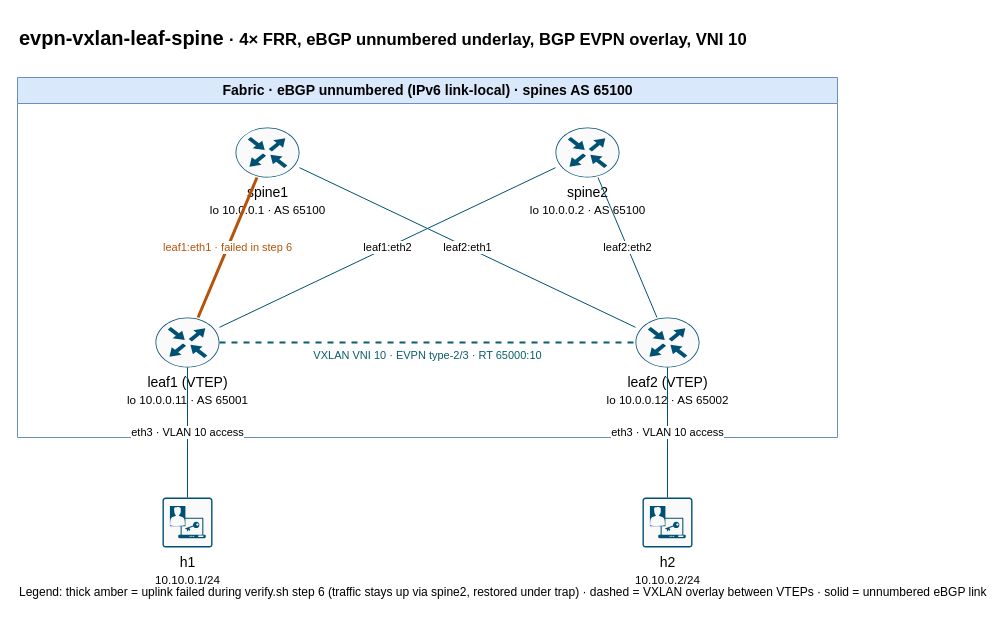
This is docs/diagrams/evpn-vxlan-leaf-spine.drawio from n30gn0sis/network-labs, a draw.io file, before an edit. Source tidied: cells renumbered, new cells numbered last; positions are measured from the earlier drawing's top-left corner, leaving out a move shared by most shapes. Both pictures are drawn from the tidied source at 100%, with x=0, y=0 at pixel (17, 17).
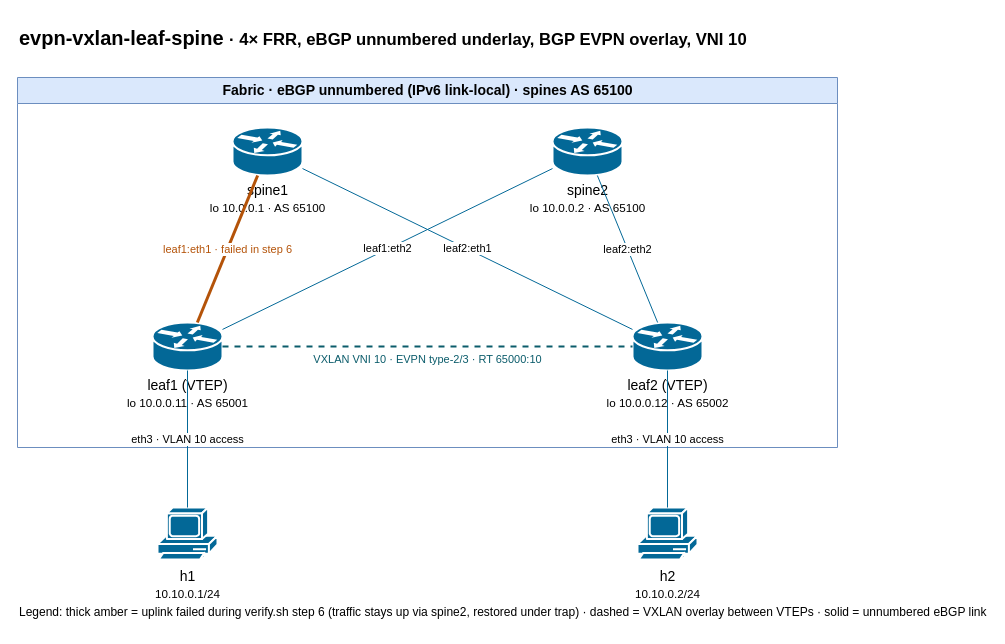
Above is the later version.

Change to the diagram source:
```diff
@@
 <mxGraphModel>
   <root>
     <mxCell id="0" />
     <mxCell id="1" parent="0" />
     <mxCell id="2" value="evpn-vxlan-leaf-spine &lt;small&gt;· 4× FRR, eBGP unnumbered underlay, BGP EVPN overlay, VNI 10&lt;/small&gt;" style="text;html=1;fontSize=20;fontStyle=1;align=left;verticalAlign=middle;" parent="1" vertex="1">
       <mxGeometry width="820" height="40" as="geometry" />
     </mxCell>
     <mxCell id="3" value="Fabric · eBGP unnumbered (IPv6 link-local) · spines AS 65100" style="swimlane;startSize=26;fillColor=#dae8fc;strokeColor=#6c8ebf;html=1;fontSize=14;" parent="1" vertex="1">
-      <mxGeometry y="60" width="820" height="360" as="geometry" />
+      <mxGeometry y="60" width="820" height="370" as="geometry" />
     </mxCell>
-    <mxCell id="4" value="spine1&lt;br&gt;&lt;small&gt;lo 10.0.0.1 · AS 65100&lt;/small&gt;" style="sketch=0;verticalLabelPosition=bottom;html=1;verticalAlign=top;align=center;shape=mxgraph.cisco19.rect;prIcon=router;fillColor=#FAFAFA;strokeColor=#005073;fontSize=14;labelPerimeter=1;" parent="3" vertex="1">
-      <mxGeometry x="218" y="50" width="64" height="50" as="geometry" />
+    <mxCell id="4" value="spine1&lt;br&gt;&lt;small&gt;lo 10.0.0.1 · AS 65100&lt;/small&gt;" style="strokeColor=#ffffff;sketch=0;html=1;dashed=0;fillColor=#036897;strokeWidth=2;verticalLabelPosition=bottom;verticalAlign=top;align=center;outlineConnect=0;shape=mxgraph.cisco.routers.router;fontSize=14;" parent="3" vertex="1">
+      <mxGeometry x="215" y="50" width="70" height="48" as="geometry" />
     </mxCell>
-    <mxCell id="5" value="spine2&lt;br&gt;&lt;small&gt;lo 10.0.0.2 · AS 65100&lt;/small&gt;" style="sketch=0;verticalLabelPosition=bottom;html=1;verticalAlign=top;align=center;shape=mxgraph.cisco19.rect;prIcon=router;fillColor=#FAFAFA;strokeColor=#005073;fontSize=14;labelPerimeter=1;" parent="3" vertex="1">
-      <mxGeometry x="538" y="50" width="64" height="50" as="geometry" />
+    <mxCell id="5" value="spine2&lt;br&gt;&lt;small&gt;lo 10.0.0.2 · AS 65100&lt;/small&gt;" style="strokeColor=#ffffff;sketch=0;html=1;dashed=0;fillColor=#036897;strokeWidth=2;verticalLabelPosition=bottom;verticalAlign=top;align=center;outlineConnect=0;shape=mxgraph.cisco.routers.router;fontSize=14;" parent="3" vertex="1">
+      <mxGeometry x="535" y="50" width="70" height="48" as="geometry" />
     </mxCell>
-    <mxCell id="6" value="leaf1 (VTEP)&lt;br&gt;&lt;small&gt;lo 10.0.0.11 · AS 65001&lt;/small&gt;" style="sketch=0;verticalLabelPosition=bottom;html=1;verticalAlign=top;align=center;shape=mxgraph.cisco19.rect;prIcon=router;fillColor=#FAFAFA;strokeColor=#005073;fontSize=14;labelPerimeter=1;" parent="3" vertex="1">
-      <mxGeometry x="138" y="240" width="64" height="50" as="geometry" />
+    <mxCell id="6" value="leaf1 (VTEP)&lt;br&gt;&lt;small&gt;lo 10.0.0.11 · AS 65001&lt;/small&gt;" style="strokeColor=#ffffff;sketch=0;html=1;dashed=0;fillColor=#036897;strokeWidth=2;verticalLabelPosition=bottom;verticalAlign=top;align=center;outlineConnect=0;shape=mxgraph.cisco.routers.router;fontSize=14;" parent="3" vertex="1">
+      <mxGeometry x="135" y="245" width="70" height="48" as="geometry" />
     </mxCell>
-    <mxCell id="7" value="leaf2 (VTEP)&lt;br&gt;&lt;small&gt;lo 10.0.0.12 · AS 65002&lt;/small&gt;" style="sketch=0;verticalLabelPosition=bottom;html=1;verticalAlign=top;align=center;shape=mxgraph.cisco19.rect;prIcon=router;fillColor=#FAFAFA;strokeColor=#005073;fontSize=14;labelPerimeter=1;" parent="3" vertex="1">
-      <mxGeometry x="618" y="240" width="64" height="50" as="geometry" />
+    <mxCell id="7" value="leaf2 (VTEP)&lt;br&gt;&lt;small&gt;lo 10.0.0.12 · AS 65002&lt;/small&gt;" style="strokeColor=#ffffff;sketch=0;html=1;dashed=0;fillColor=#036897;strokeWidth=2;verticalLabelPosition=bottom;verticalAlign=top;align=center;outlineConnect=0;shape=mxgraph.cisco.routers.router;fontSize=14;" parent="3" vertex="1">
+      <mxGeometry x="615" y="245" width="70" height="48" as="geometry" />
     </mxCell>
     <mxCell id="8" value="leaf1:eth1 · failed in step 6" style="endArrow=none;html=1;strokeWidth=3;strokeColor=#b45309;fontColor=#b45309;labelBackgroundColor=default;defaultLabelBackgroundColor=page;labelPlacement=auto;" parent="3" edge="1" source="6" target="4">
       <mxGeometry relative="1" as="geometry" />
     </mxCell>
-    <mxCell id="9" value="leaf1:eth2" style="endArrow=none;html=1;strokeColor=#005073;labelBackgroundColor=default;defaultLabelBackgroundColor=page;labelPlacement=auto;" parent="3" edge="1" source="6" target="5">
+    <mxCell id="9" value="leaf1:eth2" style="endArrow=none;html=1;strokeColor=#036897;labelBackgroundColor=default;defaultLabelBackgroundColor=page;labelPlacement=auto;" parent="3" edge="1" source="6" target="5">
       <mxGeometry relative="1" as="geometry" />
     </mxCell>
-    <mxCell id="10" value="leaf2:eth1" style="endArrow=none;html=1;strokeColor=#005073;labelBackgroundColor=default;defaultLabelBackgroundColor=page;labelPlacement=auto;" parent="3" edge="1" source="7" target="4">
+    <mxCell id="10" value="leaf2:eth1" style="endArrow=none;html=1;strokeColor=#036897;labelBackgroundColor=default;defaultLabelBackgroundColor=page;labelPlacement=auto;" parent="3" edge="1" source="7" target="4">
       <mxGeometry relative="1" as="geometry" />
     </mxCell>
-    <mxCell id="11" value="leaf2:eth2" style="endArrow=none;html=1;strokeColor=#005073;labelBackgroundColor=default;defaultLabelBackgroundColor=page;labelPlacement=auto;" parent="3" edge="1" source="7" target="5">
+    <mxCell id="11" value="leaf2:eth2" style="endArrow=none;html=1;strokeColor=#036897;labelBackgroundColor=default;defaultLabelBackgroundColor=page;labelPlacement=auto;" parent="3" edge="1" source="7" target="5">
       <mxGeometry relative="1" as="geometry" />
     </mxCell>
     <mxCell id="12" value="VXLAN VNI 10 · EVPN type-2/3 · RT 65000:10" style="endArrow=none;html=1;dashed=1;strokeWidth=2;strokeColor=#0b5c6b;fontColor=#0b5c6b;labelBackgroundColor=default;defaultLabelBackgroundColor=page;labelPlacement=auto;verticalAlign=top;" parent="3" edge="1" source="6" target="7">
       <mxGeometry relative="1" as="geometry" />
     </mxCell>
-    <mxCell id="13" value="h1&lt;br&gt;&lt;small&gt;10.10.0.1/24&lt;/small&gt;" style="sketch=0;verticalLabelPosition=bottom;html=1;verticalAlign=top;align=center;shape=mxgraph.cisco19.rect;prIcon=host_based_security;fillColor=#FAFAFA;strokeColor=#005073;fontSize=14;labelPerimeter=1;" parent="1" vertex="1">
-      <mxGeometry x="145" y="480" width="50" height="50" as="geometry" />
+    <mxCell id="13" value="h1&lt;br&gt;&lt;small&gt;10.10.0.1/24&lt;/small&gt;" style="sketch=0;html=1;dashed=0;fillColor=#036897;strokeColor=#ffffff;strokeWidth=2;verticalLabelPosition=bottom;verticalAlign=top;align=center;outlineConnect=0;shape=mxgraph.cisco.computers_and_peripherals.pc;fontSize=14;" parent="1" vertex="1">
+      <mxGeometry x="140" y="490" width="60" height="54" as="geometry" />
     </mxCell>
-    <mxCell id="14" value="h2&lt;br&gt;&lt;small&gt;10.10.0.2/24&lt;/small&gt;" style="sketch=0;verticalLabelPosition=bottom;html=1;verticalAlign=top;align=center;shape=mxgraph.cisco19.rect;prIcon=host_based_security;fillColor=#FAFAFA;strokeColor=#005073;fontSize=14;labelPerimeter=1;" parent="1" vertex="1">
-      <mxGeometry x="625" y="480" width="50" height="50" as="geometry" />
+    <mxCell id="14" value="h2&lt;br&gt;&lt;small&gt;10.10.0.2/24&lt;/small&gt;" style="sketch=0;html=1;dashed=0;fillColor=#036897;strokeColor=#ffffff;strokeWidth=2;verticalLabelPosition=bottom;verticalAlign=top;align=center;outlineConnect=0;shape=mxgraph.cisco.computers_and_peripherals.pc;fontSize=14;" parent="1" vertex="1">
+      <mxGeometry x="620" y="490" width="60" height="54" as="geometry" />
     </mxCell>
-    <mxCell id="15" value="eth3 · VLAN 10 access" style="endArrow=none;html=1;strokeColor=#005073;labelBackgroundColor=default;defaultLabelBackgroundColor=page;labelPlacement=auto;" parent="1" edge="1" source="6" target="13">
+    <mxCell id="15" value="eth3 · VLAN 10 access" style="endArrow=none;html=1;strokeColor=#036897;labelBackgroundColor=default;defaultLabelBackgroundColor=page;labelPlacement=auto;" parent="1" edge="1" source="6" target="13">
       <mxGeometry relative="1" as="geometry" />
     </mxCell>
-    <mxCell id="16" value="eth3 · VLAN 10 access" style="endArrow=none;html=1;strokeColor=#005073;labelBackgroundColor=default;defaultLabelBackgroundColor=page;labelPlacement=auto;" parent="1" edge="1" source="7" target="14">
+    <mxCell id="16" value="eth3 · VLAN 10 access" style="endArrow=none;html=1;strokeColor=#036897;labelBackgroundColor=default;defaultLabelBackgroundColor=page;labelPlacement=auto;" parent="1" edge="1" source="7" target="14">
       <mxGeometry relative="1" as="geometry" />
     </mxCell>
     <mxCell id="17" value="Legend: thick amber = uplink failed during verify.sh step 6 (traffic stays up via spine2, restored under trap) · dashed = VXLAN overlay between VTEPs · solid = unnumbered eBGP link" style="text;html=1;align=left;verticalAlign=middle;fontSize=12;" parent="1" vertex="1">
-      <mxGeometry y="560" width="820" height="30" as="geometry" />
+      <mxGeometry y="580" width="820" height="30" as="geometry" />
     </mxCell>
   </root>
 </mxGraphModel>
```
